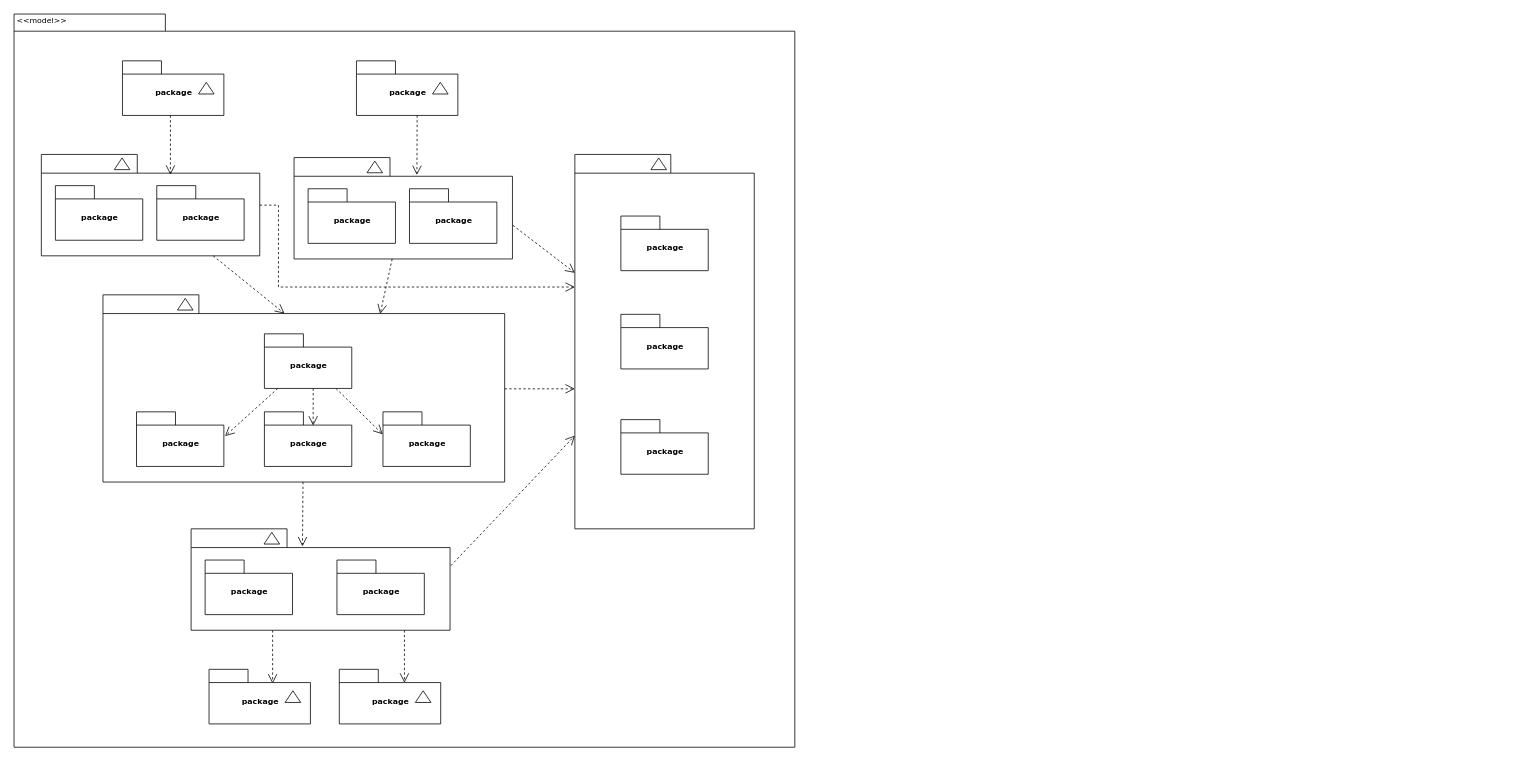
Before: Untitled Diagram.drawio in MyUniverse0726/Diagram, a draw.io diagram. Source tidied: cells renumbered, new cells numbered last; positions are measured from the earlier drawing's top-left corner, leaving out a move shared by most shapes. Both pictures are drawn from the tidied source at 78%, with x=0, y=0 at pixel (13, 13).
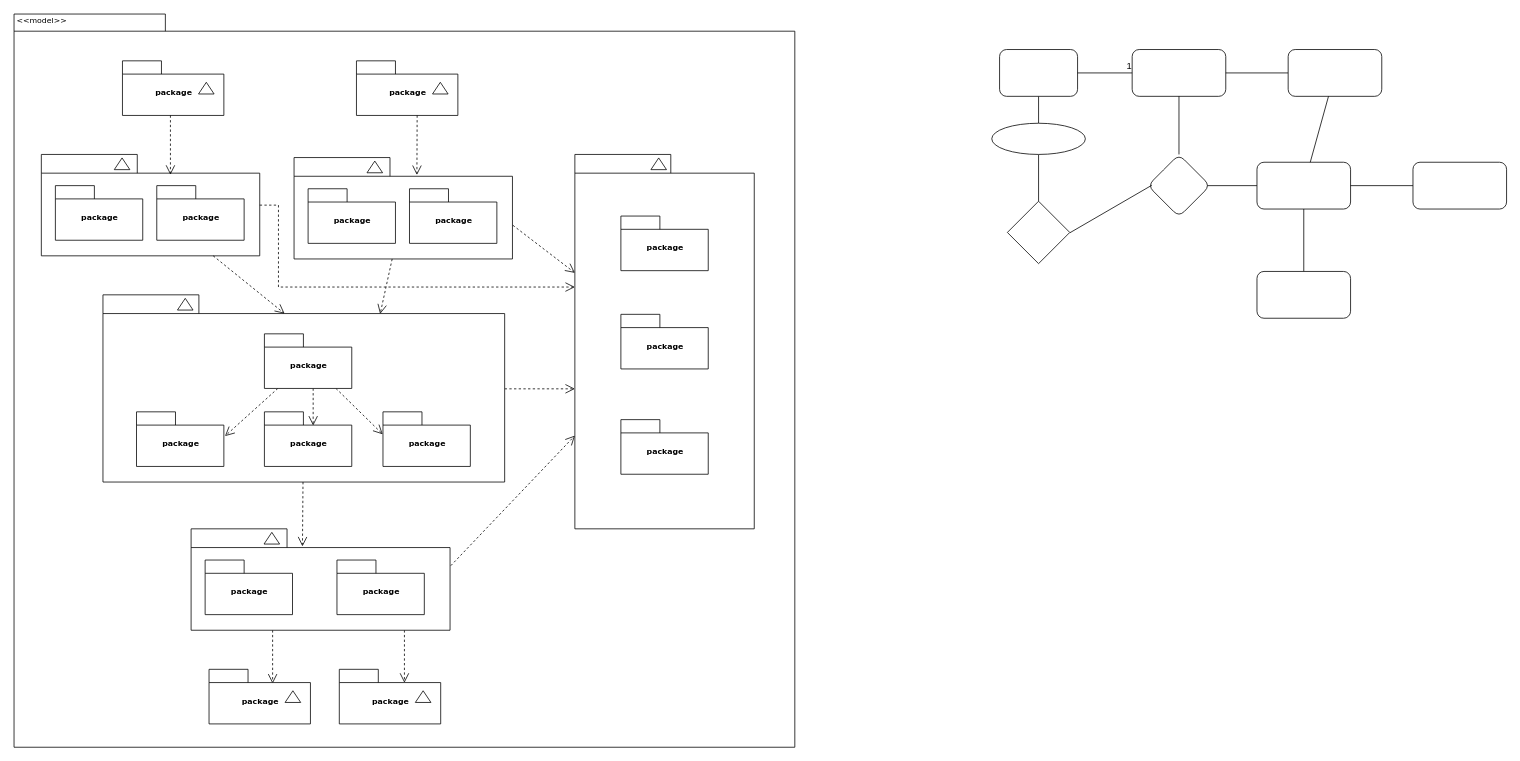
After the change.

What changed in the source:
```diff
@@
+    <mxCell id="57" style="edgeStyle=none;rounded=0;jettySize=auto;html=1;exitX=0.5;exitY=1;exitDx=0;exitDy=0;entryX=0.5;entryY=0;entryDx=0;entryDy=0;endArrow=none;startSize=14;endSize=14;sourcePerimeterSpacing=8;targetPerimeterSpacing=8;" parent="1" edge="1" source="58" target="63">
+      <mxGeometry relative="1" as="geometry" />
+    </mxCell>
+    <mxCell id="58" style="rounded=1;whiteSpace=wrap;html=1;hachureGap=4;" parent="1" vertex="1">
+      <mxGeometry x="1264" y="46" width="100" height="60" as="geometry" />
+    </mxCell>
+    <mxCell id="59" style="edgeStyle=none;rounded=0;jettySize=auto;html=1;endArrow=none;startSize=14;endSize=14;sourcePerimeterSpacing=-4;targetPerimeterSpacing=0;" parent="1" edge="1" source="61" target="68">
+      <mxGeometry relative="1" as="geometry" />
+    </mxCell>
+    <mxCell id="60" style="edgeStyle=none;rounded=0;jettySize=auto;html=1;endArrow=none;startSize=14;endSize=14;sourcePerimeterSpacing=-4;targetPerimeterSpacing=0;" parent="1" edge="1" source="61" target="67">
+      <mxGeometry relative="1" as="geometry" />
+    </mxCell>
+    <mxCell id="61" style="rounded=1;whiteSpace=wrap;html=1;hachureGap=4;" parent="1" vertex="1">
+      <mxGeometry x="1434" y="46" width="120" height="60" as="geometry" />
+    </mxCell>
+    <mxCell id="62" style="edgeStyle=none;rounded=0;jettySize=auto;html=1;endArrow=none;startSize=14;endSize=14;sourcePerimeterSpacing=8;targetPerimeterSpacing=8;exitX=0.5;exitY=1;exitDx=0;exitDy=0;entryX=0.5;entryY=0;entryDx=0;entryDy=0;" parent="1" edge="1" source="63" target="70">
+      <mxGeometry relative="1" as="geometry" />
+    </mxCell>
+    <mxCell id="63" style="ellipse;whiteSpace=wrap;html=1;hachureGap=4;" parent="1" vertex="1">
+      <mxGeometry x="1254" y="140.5" width="120" height="40" as="geometry" />
+    </mxCell>
+    <mxCell id="64" style="endArrow=none;html=1;rounded=0;startSize=14;endSize=14;sourcePerimeterSpacing=8;targetPerimeterSpacing=8;entryX=0;entryY=0.5;entryDx=0;entryDy=0;" parent="1" edge="1" target="61">
+      <mxGeometry relative="1" as="geometry">
+        <mxPoint x="1364" y="76" as="sourcePoint" />
+      </mxGeometry>
+    </mxCell>
+    <mxCell id="65" value="1" style="html=1;align=right;verticalAlign=bottom;" parent="64" vertex="1">
+      <mxGeometry x="1" relative="1" as="geometry" />
+    </mxCell>
+    <mxCell id="66" style="edgeStyle=none;rounded=0;jettySize=auto;html=1;endArrow=none;startSize=14;endSize=14;sourcePerimeterSpacing=-4;targetPerimeterSpacing=0;" parent="1" edge="1" source="67" target="74">
+      <mxGeometry relative="1" as="geometry" />
+    </mxCell>
+    <mxCell id="67" style="rhombus;whiteSpace=wrap;html=1;rounded=1;hachureGap=4;" parent="1" vertex="1">
+      <mxGeometry x="1454" y="180.5" width="80" height="80" as="geometry" />
+    </mxCell>
+    <mxCell id="68" style="rounded=1;whiteSpace=wrap;html=1;hachureGap=4;" parent="1" vertex="1">
+      <mxGeometry x="1634" y="46" width="120" height="60" as="geometry" />
+    </mxCell>
+    <mxCell id="69" style="edgeStyle=none;rounded=0;jettySize=auto;html=1;endArrow=none;startSize=14;endSize=14;sourcePerimeterSpacing=8;targetPerimeterSpacing=8;entryX=0.066;entryY=0.493;entryDx=0;entryDy=0;entryPerimeter=0;" parent="1" edge="1" target="67">
+      <mxGeometry relative="1" as="geometry">
+        <mxPoint x="1354" y="281" as="sourcePoint" />
+      </mxGeometry>
+    </mxCell>
+    <mxCell id="70" style="rhombus;whiteSpace=wrap;html=1;hachureGap=4;" parent="1" vertex="1">
+      <mxGeometry x="1274" y="240.5" width="80" height="80" as="geometry" />
+    </mxCell>
+    <mxCell id="71" style="edgeStyle=none;rounded=0;jettySize=auto;html=1;endArrow=none;startSize=14;endSize=14;sourcePerimeterSpacing=-4;targetPerimeterSpacing=0;" parent="1" edge="1" source="74" target="75">
+      <mxGeometry relative="1" as="geometry" />
+    </mxCell>
+    <mxCell id="72" style="edgeStyle=none;rounded=0;jettySize=auto;html=1;endArrow=none;startSize=14;endSize=14;sourcePerimeterSpacing=-4;targetPerimeterSpacing=0;" parent="1" edge="1" source="74" target="76">
+      <mxGeometry relative="1" as="geometry" />
+    </mxCell>
+    <mxCell id="73" style="edgeStyle=none;rounded=0;jettySize=auto;html=1;endArrow=none;startSize=14;endSize=14;sourcePerimeterSpacing=-4;targetPerimeterSpacing=0;" parent="1" edge="1" source="74" target="68">
+      <mxGeometry relative="1" as="geometry" />
+    </mxCell>
+    <mxCell id="74" style="whiteSpace=wrap;html=1;rounded=1;hachureGap=4;" parent="1" vertex="1">
+      <mxGeometry x="1594" y="190.5" width="120" height="60" as="geometry" />
+    </mxCell>
+    <mxCell id="75" style="whiteSpace=wrap;html=1;rounded=1;hachureGap=4;" parent="1" vertex="1">
+      <mxGeometry x="1594" y="330.5" width="120" height="60" as="geometry" />
+    </mxCell>
+    <mxCell id="76" style="rounded=1;whiteSpace=wrap;html=1;hachureGap=4;" parent="1" vertex="1">
+      <mxGeometry x="1794" y="190.5" width="120" height="60" as="geometry" />
+    </mxCell>
```
